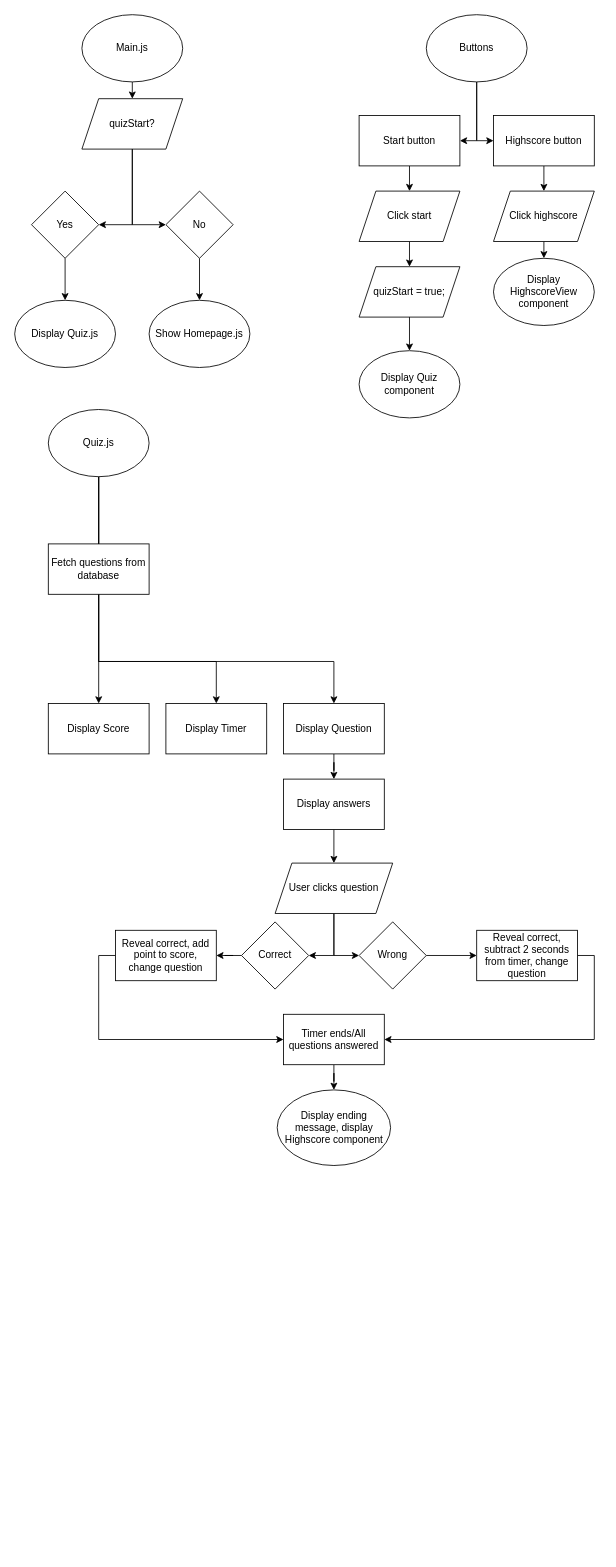
The draw.io diagram page "Logic" (2 of 2) of React-Quiz-Diagram.drawio in Joeseff6/React-Quiz, before the edit. Source tidied: cells renumbered, new cells numbered last; positions are measured from the earlier drawing's top-left corner, leaving out a move shared by most shapes. Both pictures are drawn from the tidied source at 84%, with x=0, y=0 at pixel (14, 14).
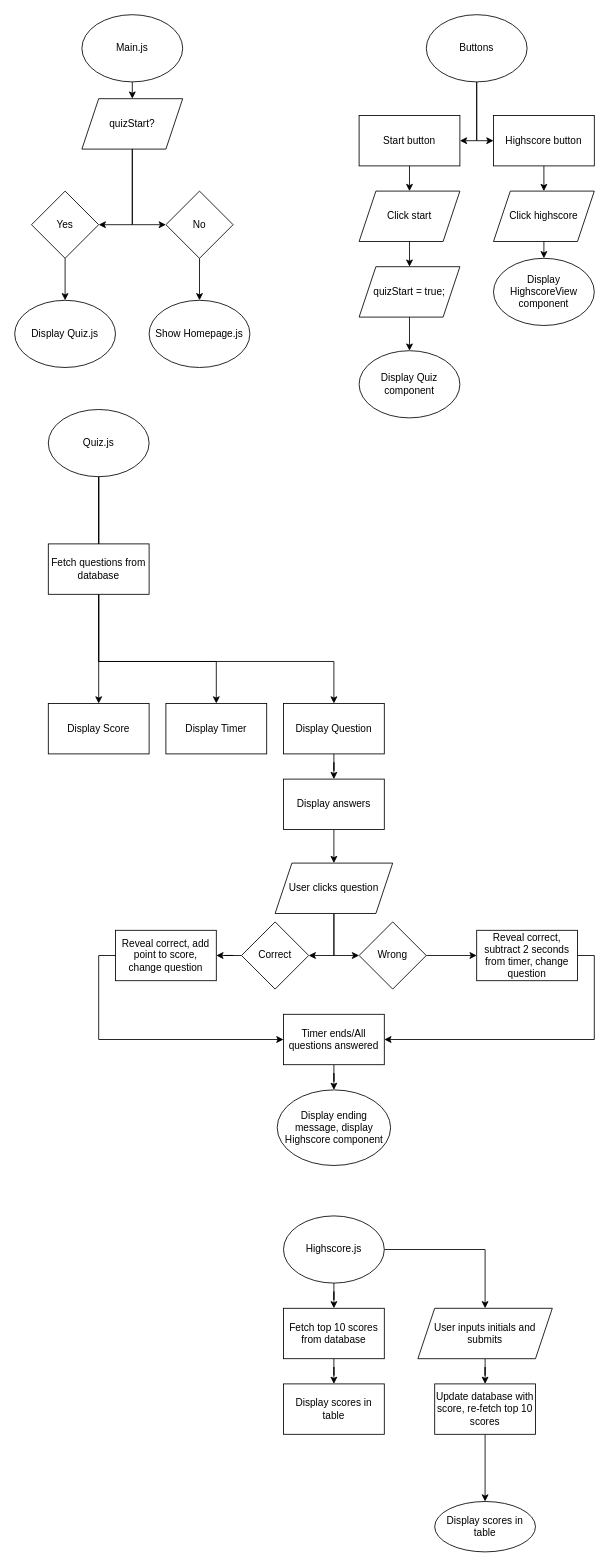
Above is the later version.

Diff of the diagram source:
```diff
@@
+    <mxCell id="54" style="edgeStyle=orthogonalEdgeStyle;rounded=0;jettySize=auto;html=1;" parent="1" edge="1" source="56" target="58">
+      <mxGeometry relative="1" as="geometry" />
+    </mxCell>
+    <mxCell id="55" style="edgeStyle=orthogonalEdgeStyle;rounded=0;jettySize=auto;html=1;exitX=1;exitY=0.5;exitDx=0;exitDy=0;" parent="1" edge="1" source="56" target="61">
+      <mxGeometry relative="1" as="geometry" />
+    </mxCell>
+    <mxCell id="56" value="Highscore.js" style="ellipse;whiteSpace=wrap;html=1;" parent="1" vertex="1">
+      <mxGeometry x="320" y="1430" width="120" height="80" as="geometry" />
+    </mxCell>
+    <mxCell id="57" style="edgeStyle=orthogonalEdgeStyle;rounded=0;jettySize=auto;html=1;" parent="1" edge="1" source="58" target="59">
+      <mxGeometry relative="1" as="geometry" />
+    </mxCell>
+    <mxCell id="58" value="Fetch top 10 scores from database" style="whiteSpace=wrap;html=1;" parent="1" vertex="1">
+      <mxGeometry x="320" y="1540" width="120" height="60" as="geometry" />
+    </mxCell>
@@
+    <mxCell id="59" value="Display scores in table" style="whiteSpace=wrap;html=1;" parent="1" vertex="1">
+      <mxGeometry x="320" y="1630" width="120" height="60" as="geometry" />
+    </mxCell>
+    <mxCell id="60" style="edgeStyle=orthogonalEdgeStyle;rounded=0;jettySize=auto;html=1;" parent="1" edge="1" source="61" target="63">
+      <mxGeometry relative="1" as="geometry" />
+    </mxCell>
+    <mxCell id="61" value="User inputs initials and submits" style="shape=parallelogram;perimeter=parallelogramPerimeter;whiteSpace=wrap;html=1;fixedSize=1;" parent="1" vertex="1">
+      <mxGeometry x="480" y="1540" width="160" height="60" as="geometry" />
+    </mxCell>
+    <mxCell id="62" style="edgeStyle=orthogonalEdgeStyle;rounded=0;jettySize=auto;html=1;" parent="1" edge="1" source="63" target="64">
+      <mxGeometry relative="1" as="geometry" />
+    </mxCell>
+    <mxCell id="63" value="Update database with score, re-fetch top 10 scores" style="rounded=0;whiteSpace=wrap;html=1;" parent="1" vertex="1">
+      <mxGeometry x="500" y="1630" width="120" height="60" as="geometry" />
+    </mxCell>
+    <mxCell id="64" value="Display scores in table" style="ellipse;whiteSpace=wrap;html=1;rounded=0;" parent="1" vertex="1">
+      <mxGeometry x="500" y="1770" width="120" height="60" as="geometry" />
+    </mxCell>
```
